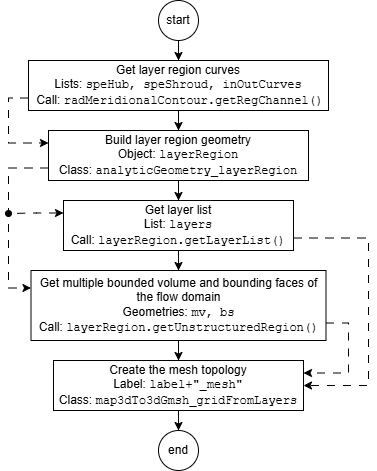
ihs-ustutt/dtOO keeps this draw.io diagram as doc/meridionalFigs/createLayerRegion.png. Above is the earlier version. Source tidied: cells renumbered, new cells last; positions are measured from the earlier drawing's top-left corner, leaving out a move shared by most shapes. Its diagram source:
```xml
<mxGraphModel>
  <root>
    <mxCell id="0" />
    <mxCell id="1" parent="0" />
    <mxCell id="2" style="edgeStyle=orthogonalEdgeStyle;rounded=0;jettySize=auto;html=1;" parent="1" edge="1" source="3" target="6">
      <mxGeometry relative="1" as="geometry" />
    </mxCell>
    <mxCell id="3" value="start" style="ellipse;whiteSpace=wrap;html=1;" parent="1" vertex="1">
      <mxGeometry x="150" width="40" height="40" as="geometry" />
    </mxCell>
    <mxCell id="4" style="edgeStyle=orthogonalEdgeStyle;rounded=0;jettySize=auto;html=1;" parent="1" edge="1" source="6" target="9">
      <mxGeometry relative="1" as="geometry" />
    </mxCell>
    <mxCell id="5" style="edgeStyle=orthogonalEdgeStyle;rounded=0;jettySize=auto;html=1;exitX=0;exitY=0.75;exitDx=0;exitDy=0;entryX=0;entryY=0.25;entryDx=0;entryDy=0;dashed=1;dashPattern=8 8;" parent="1" edge="1" source="6" target="9">
      <mxGeometry relative="1" as="geometry" />
    </mxCell>
    <mxCell id="6" value="Get layer region curves&lt;br&gt;Lists: &lt;font face=&quot;Courier New&quot;&gt;speHub, speShroud, inOutCurves&lt;/font&gt;&lt;br&gt;&amp;nbsp;Call: &lt;font face=&quot;Courier New&quot;&gt;radMeridionalContour.getRegChannel()&lt;/font&gt;" style="rounded=0;whiteSpace=wrap;html=1;" parent="1" vertex="1">
      <mxGeometry x="20" y="60" width="300" height="50" as="geometry" />
    </mxCell>
    <mxCell id="7" style="edgeStyle=orthogonalEdgeStyle;rounded=0;jettySize=auto;html=1;entryX=0.5;entryY=0;entryDx=0;entryDy=0;" parent="1" edge="1" source="9" target="13">
      <mxGeometry relative="1" as="geometry" />
    </mxCell>
    <mxCell id="8" style="edgeStyle=orthogonalEdgeStyle;rounded=0;jettySize=auto;html=1;exitX=0;exitY=0.75;exitDx=0;exitDy=0;entryX=0;entryY=0.25;entryDx=0;entryDy=0;dashed=1;dashPattern=8 8;" parent="1" edge="1" source="9" target="16">
      <mxGeometry relative="1" as="geometry">
        <Array as="points">
          <mxPoint y="168" />
          <mxPoint y="288" />
        </Array>
      </mxGeometry>
    </mxCell>
    <mxCell id="9" value="Build layer region geometry&lt;br&gt;Object: &lt;font face=&quot;Courier New&quot;&gt;layerRegion&lt;/font&gt;&lt;br&gt;Class: &lt;font face=&quot;Courier New&quot;&gt;analyticGeometry_layerRegion&lt;/font&gt;" style="rounded=0;whiteSpace=wrap;html=1;" parent="1" vertex="1">
      <mxGeometry x="40" y="130" width="260" height="50" as="geometry" />
    </mxCell>
    <mxCell id="10" style="edgeStyle=orthogonalEdgeStyle;rounded=0;jettySize=auto;html=1;" parent="1" edge="1" source="13" target="16">
      <mxGeometry relative="1" as="geometry" />
    </mxCell>
    <mxCell id="11" style="edgeStyle=orthogonalEdgeStyle;rounded=0;jettySize=auto;html=1;exitX=0;exitY=0.25;exitDx=0;exitDy=0;startArrow=classic;startFill=1;endArrow=oval;endFill=1;dashed=1;dashPattern=8 8;" parent="1" edge="1" source="13">
      <mxGeometry relative="1" as="geometry">
        <mxPoint y="213" as="targetPoint" />
      </mxGeometry>
    </mxCell>
    <mxCell id="12" style="edgeStyle=orthogonalEdgeStyle;rounded=0;jettySize=auto;html=1;exitX=1;exitY=0.75;exitDx=0;exitDy=0;entryX=1;entryY=0.5;entryDx=0;entryDy=0;dashed=1;dashPattern=8 8;" parent="1" edge="1" source="13" target="18">
      <mxGeometry relative="1" as="geometry">
        <Array as="points">
          <mxPoint x="360" y="238" />
          <mxPoint x="360" y="385" />
        </Array>
      </mxGeometry>
    </mxCell>
    <mxCell id="13" value="Get layer list&lt;br&gt;List: &lt;font face=&quot;Courier New&quot;&gt;layers&lt;/font&gt;&lt;br&gt;Call: &lt;font face=&quot;Courier New&quot;&gt;layerRegion.getLayerList()&lt;/font&gt;" style="rounded=0;whiteSpace=wrap;html=1;" parent="1" vertex="1">
      <mxGeometry x="55" y="200" width="230" height="50" as="geometry" />
    </mxCell>
    <mxCell id="14" style="edgeStyle=orthogonalEdgeStyle;rounded=0;jettySize=auto;html=1;entryX=0.5;entryY=0;entryDx=0;entryDy=0;" parent="1" edge="1" source="16" target="18">
      <mxGeometry relative="1" as="geometry" />
    </mxCell>
    <mxCell id="15" style="edgeStyle=orthogonalEdgeStyle;rounded=0;jettySize=auto;html=1;exitX=1;exitY=0.75;exitDx=0;exitDy=0;entryX=1;entryY=0.25;entryDx=0;entryDy=0;dashed=1;dashPattern=8 8;" parent="1" edge="1" source="16" target="18">
      <mxGeometry relative="1" as="geometry">
        <Array as="points">
          <mxPoint x="340" y="323" />
          <mxPoint x="340" y="373" />
        </Array>
      </mxGeometry>
    </mxCell>
    <mxCell id="16" value="Get multiple bounded volume and bounding faces of the flow domain&lt;br&gt;Geometries: &lt;font face=&quot;Courier New&quot;&gt;mv, bs&lt;/font&gt;&lt;br&gt;Call: &lt;font face=&quot;Courier New&quot;&gt;layerRegion.getUnstructuredRegion()&lt;/font&gt;" style="rounded=0;whiteSpace=wrap;html=1;" parent="1" vertex="1">
      <mxGeometry x="22.5" y="270" width="295" height="70" as="geometry" />
    </mxCell>
    <mxCell id="17" style="edgeStyle=orthogonalEdgeStyle;rounded=0;jettySize=auto;html=1;entryX=0.5;entryY=0;entryDx=0;entryDy=0;" parent="1" edge="1" source="18" target="19">
      <mxGeometry relative="1" as="geometry" />
    </mxCell>
    <mxCell id="18" value="Create the mesh topology&lt;br&gt;Label: &lt;font face=&quot;Courier New&quot;&gt;label+&quot;_mesh&quot;&lt;/font&gt;&lt;br&gt;Class: &lt;font face=&quot;Courier New&quot;&gt;map3dTo3dGmsh_gridFromLayers&lt;/font&gt;" style="rounded=0;whiteSpace=wrap;html=1;" parent="1" vertex="1">
      <mxGeometry x="45" y="360" width="250" height="50" as="geometry" />
    </mxCell>
    <mxCell id="19" value="end" style="ellipse;whiteSpace=wrap;html=1;" parent="1" vertex="1">
      <mxGeometry x="150" y="430" width="40" height="40" as="geometry" />
    </mxCell>
  </root>
</mxGraphModel>
```
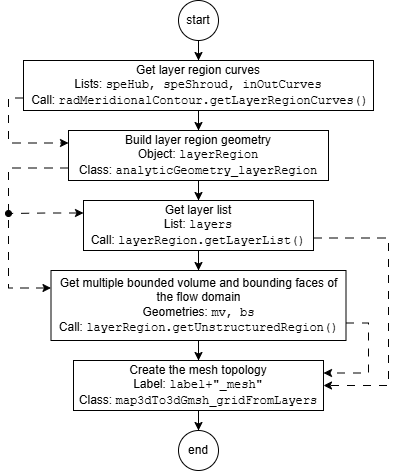
The same file after the commit.

Diff of the diagram source:
```diff
@@ -12,10 +12,15 @@
       <mxGeometry relative="1" as="geometry" />
     </mxCell>
     <mxCell id="5" style="edgeStyle=orthogonalEdgeStyle;rounded=0;jettySize=auto;html=1;exitX=0;exitY=0.75;exitDx=0;exitDy=0;entryX=0;entryY=0.25;entryDx=0;entryDy=0;dashed=1;dashPattern=8 8;" parent="1" edge="1" source="6" target="9">
-      <mxGeometry relative="1" as="geometry" />
+      <mxGeometry relative="1" as="geometry">
+        <Array as="points">
+          <mxPoint x="-20" y="98" />
+          <mxPoint x="-20" y="143" />
+        </Array>
+      </mxGeometry>
     </mxCell>
-    <mxCell id="6" value="Get layer region curves&lt;br&gt;Lists: &lt;font face=&quot;Courier New&quot;&gt;speHub, speShroud, inOutCurves&lt;/font&gt;&lt;br&gt;&amp;nbsp;Call: &lt;font face=&quot;Courier New&quot;&gt;radMeridionalContour.getRegChannel()&lt;/font&gt;" style="rounded=0;whiteSpace=wrap;html=1;" parent="1" vertex="1">
-      <mxGeometry x="20" y="60" width="300" height="50" as="geometry" />
+    <mxCell id="6" value="Get layer region curves&lt;br&gt;Lists: &lt;font face=&quot;Courier New&quot;&gt;speHub, speShroud, inOutCurves&lt;/font&gt;&lt;br&gt;&amp;nbsp;Call: &lt;font face=&quot;Courier New&quot;&gt;radMeridionalContour.getLayerRegionCurves()&lt;/font&gt;" style="rounded=0;whiteSpace=wrap;html=1;" parent="1" vertex="1">
+      <mxGeometry x="-5" y="60" width="350" height="50" as="geometry" />
     </mxCell>
     <mxCell id="7" style="edgeStyle=orthogonalEdgeStyle;rounded=0;jettySize=auto;html=1;entryX=0.5;entryY=0;entryDx=0;entryDy=0;" parent="1" edge="1" source="9" target="13">
       <mxGeometry relative="1" as="geometry" />
@@ -23,8 +28,8 @@
     <mxCell id="8" style="edgeStyle=orthogonalEdgeStyle;rounded=0;jettySize=auto;html=1;exitX=0;exitY=0.75;exitDx=0;exitDy=0;entryX=0;entryY=0.25;entryDx=0;entryDy=0;dashed=1;dashPattern=8 8;" parent="1" edge="1" source="9" target="16">
       <mxGeometry relative="1" as="geometry">
         <Array as="points">
-          <mxPoint y="168" />
-          <mxPoint y="288" />
+          <mxPoint x="-20" y="168" />
+          <mxPoint x="-20" y="288" />
         </Array>
       </mxGeometry>
     </mxCell>
@@ -36,7 +41,7 @@
     </mxCell>
     <mxCell id="11" style="edgeStyle=orthogonalEdgeStyle;rounded=0;jettySize=auto;html=1;exitX=0;exitY=0.25;exitDx=0;exitDy=0;startArrow=classic;startFill=1;endArrow=oval;endFill=1;dashed=1;dashPattern=8 8;" parent="1" edge="1" source="13">
       <mxGeometry relative="1" as="geometry">
-        <mxPoint y="213" as="targetPoint" />
+        <mxPoint x="-20" y="213" as="targetPoint" />
       </mxGeometry>
     </mxCell>
     <mxCell id="12" style="edgeStyle=orthogonalEdgeStyle;rounded=0;jettySize=auto;html=1;exitX=1;exitY=0.75;exitDx=0;exitDy=0;entryX=1;entryY=0.5;entryDx=0;entryDy=0;dashed=1;dashPattern=8 8;" parent="1" edge="1" source="13" target="18">
```
